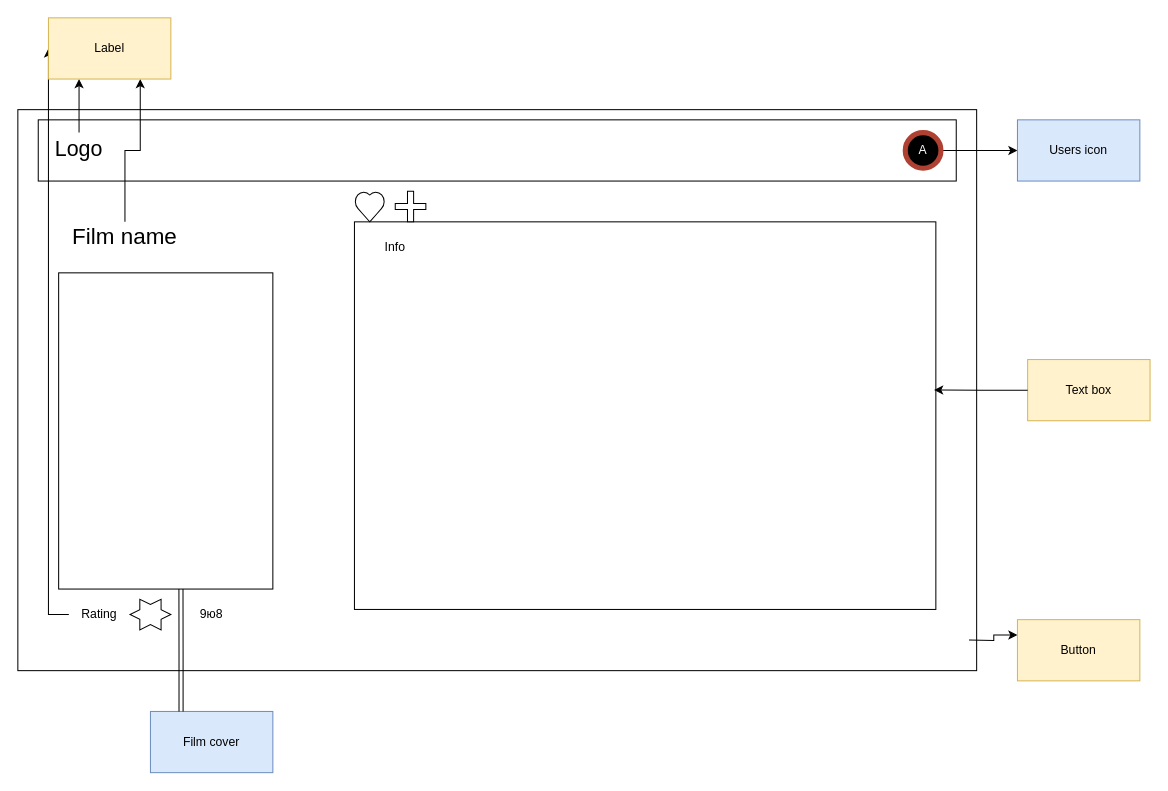
Before: page "Film info" (6 of 10) of Диаграмма без названия.drawio in LisaStrsh/HSE_code, a draw.io diagram. Source tidied: cells renumbered, new cells numbered last; positions are measured from the earlier drawing's top-left corner, leaving out a move shared by most shapes. Both pictures are drawn from the tidied source at 102%, with x=0, y=0 at pixel (17, 17).
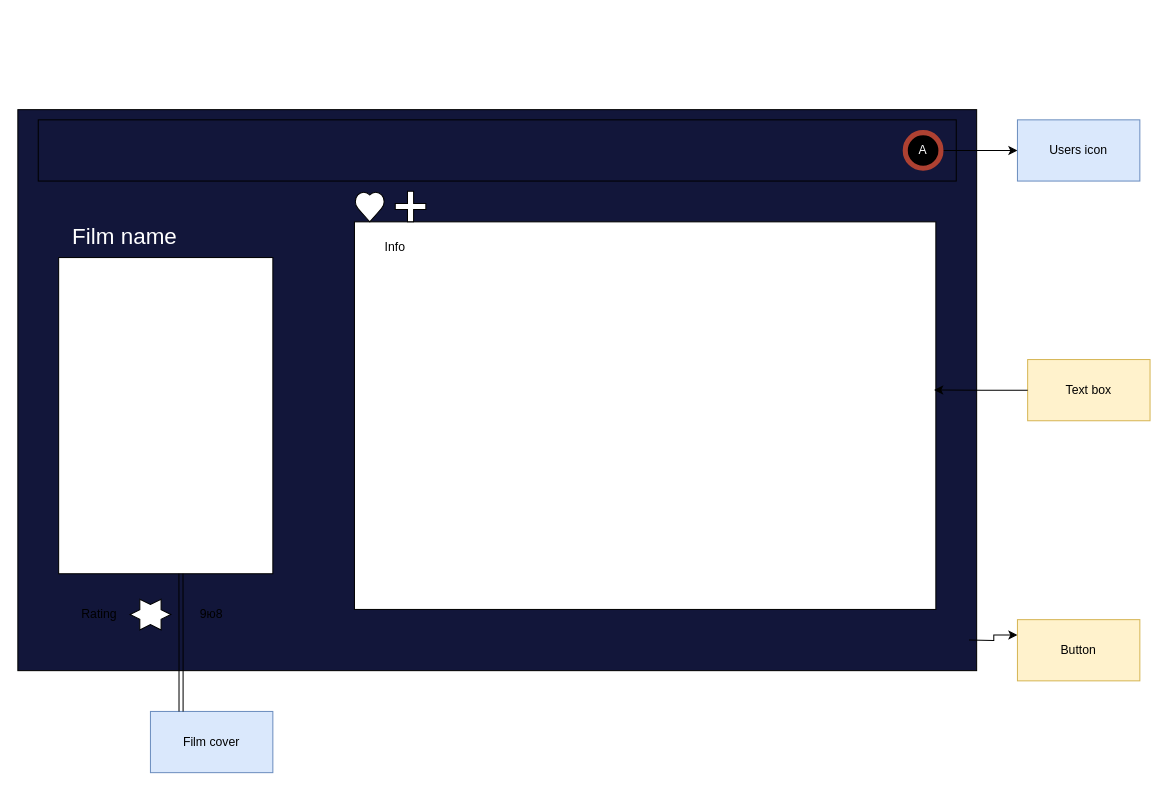
Above is the later version.

The change refers to these unchanged cells:
```xml
<mxCell id="15" value="Rating" style="text;html=1;align=center;verticalAlign=middle;whiteSpace=wrap;rounded=0;" parent="1" vertex="1">
  <mxGeometry x="50" y="570" width="60" height="30" as="geometry" />
</mxCell>
```

Diff of the diagram source:
```diff
@@
-    <mxCell id="2" style="rounded=0;whiteSpace=wrap;html=1;" parent="1" vertex="1">
+    <mxCell id="2" style="rounded=0;whiteSpace=wrap;html=1;fillColor=#12163A;" parent="1" vertex="1">
       <mxGeometry y="90" width="940" height="550" as="geometry" />
     </mxCell>
     <mxCell id="3" style="rounded=0;whiteSpace=wrap;html=1;" parent="1" vertex="1">
-      <mxGeometry x="40" y="250" width="210" height="310" as="geometry" />
+      <mxGeometry x="40" y="235" width="210" height="310" as="geometry" />
     </mxCell>
-    <mxCell id="4" style="rounded=0;whiteSpace=wrap;html=1;" parent="1" vertex="1">
+    <mxCell id="4" style="rounded=0;whiteSpace=wrap;html=1;fillColor=#12163A;" parent="1" vertex="1">
       <mxGeometry x="20" y="100" width="900" height="60" as="geometry" />
     </mxCell>
@@
-    <mxCell id="8" style="edgeStyle=orthogonalEdgeStyle;rounded=0;jettySize=auto;html=1;exitX=0.5;exitY=0;exitDx=0;exitDy=0;entryX=0.75;entryY=1;entryDx=0;entryDy=0;" parent="1" edge="1" source="9" target="22">
-      <mxGeometry relative="1" as="geometry" />
-    </mxCell>
-    <mxCell id="9" value="Film name" style="text;html=1;align=center;verticalAlign=middle;whiteSpace=wrap;rounded=0;fontSize=22;" parent="1" vertex="1">
+    <mxCell id="9" value="Film name" style="text;html=1;align=center;verticalAlign=middle;whiteSpace=wrap;rounded=0;fontSize=22;fontColor=#FFFFFF;" parent="1" vertex="1">
       <mxGeometry x="40" y="200" width="130" height="30" as="geometry" />
     </mxCell>
-    <mxCell id="10" style="edgeStyle=orthogonalEdgeStyle;rounded=0;jettySize=auto;html=1;exitX=0.5;exitY=0;exitDx=0;exitDy=0;entryX=0.25;entryY=1;entryDx=0;entryDy=0;" parent="1" edge="1" source="11" target="22">
-      <mxGeometry relative="1" as="geometry" />
-    </mxCell>
-    <mxCell id="11" value="Logo" style="text;html=1;align=center;verticalAlign=middle;whiteSpace=wrap;rounded=0;fontSize=21;" parent="1" vertex="1">
-      <mxGeometry x="30" y="112.5" width="60" height="30" as="geometry" />
-    </mxCell>
@@
-    <mxCell id="14" style="edgeStyle=orthogonalEdgeStyle;rounded=0;jettySize=auto;html=1;exitX=0;exitY=0.5;exitDx=0;exitDy=0;entryX=0;entryY=0.5;entryDx=0;entryDy=0;" parent="1" edge="1" source="15" target="22">
-      <mxGeometry relative="1" as="geometry" />
-    </mxCell>
@@
-    <mxCell id="22" value="Label" style="rounded=0;whiteSpace=wrap;html=1;fillColor=#fff2cc;strokeColor=#d6b656;" parent="1" vertex="1">
-      <mxGeometry x="30" width="120" height="60" as="geometry" />
-    </mxCell>
```
